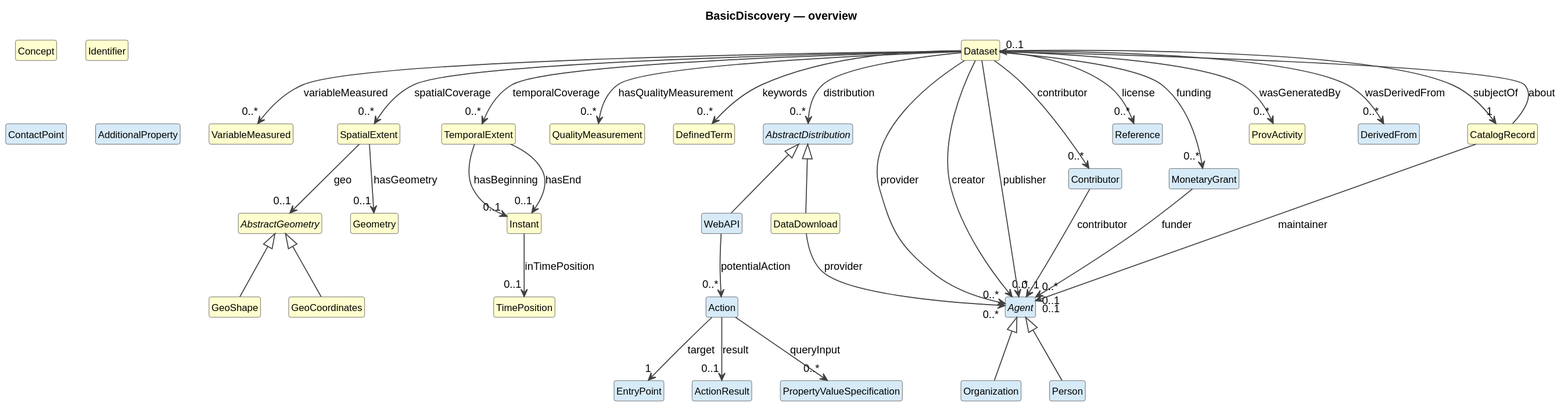
The PlantUML diagram cdif-uml-model/BasicDiscovery/index.svg in Cross-Domain-Interoperability-Framework/metadataBuildingBlocks, before a commit.
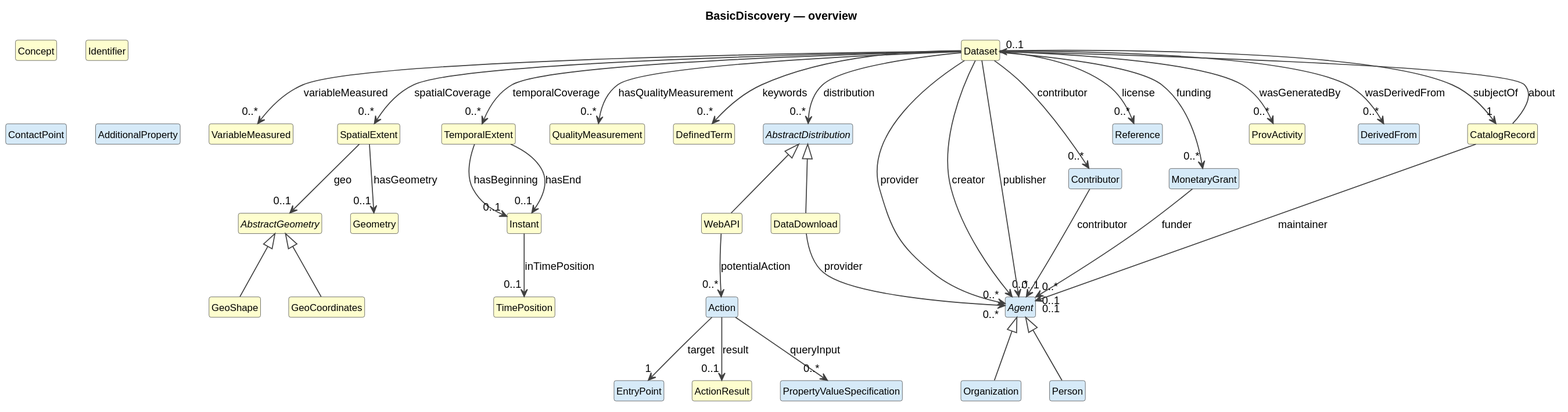
After the change.

The edit, as a diff of the source:
```diff
@@ -26,10 +26,10 @@
 class "DefinedTerm" as DefinedTerm #FEFECE
 abstract class "AbstractDistribution" as AbstractDistribution #D6EAF8
 class "DataDownload" as DataDownload #FEFECE
-class "WebAPI" as WebAPI #D6EAF8
+class "WebAPI" as WebAPI #FEFECE
 class "Action" as Action #D6EAF8
 class "EntryPoint" as EntryPoint #D6EAF8
-class "ActionResult" as ActionResult #D6EAF8
+class "ActionResult" as ActionResult #FEFECE
 class "PropertyValueSpecification" as PropertyValueSpecification #D6EAF8
 abstract class "Agent" as Agent #D6EAF8
 class "Person" as Person #D6EAF8
```
